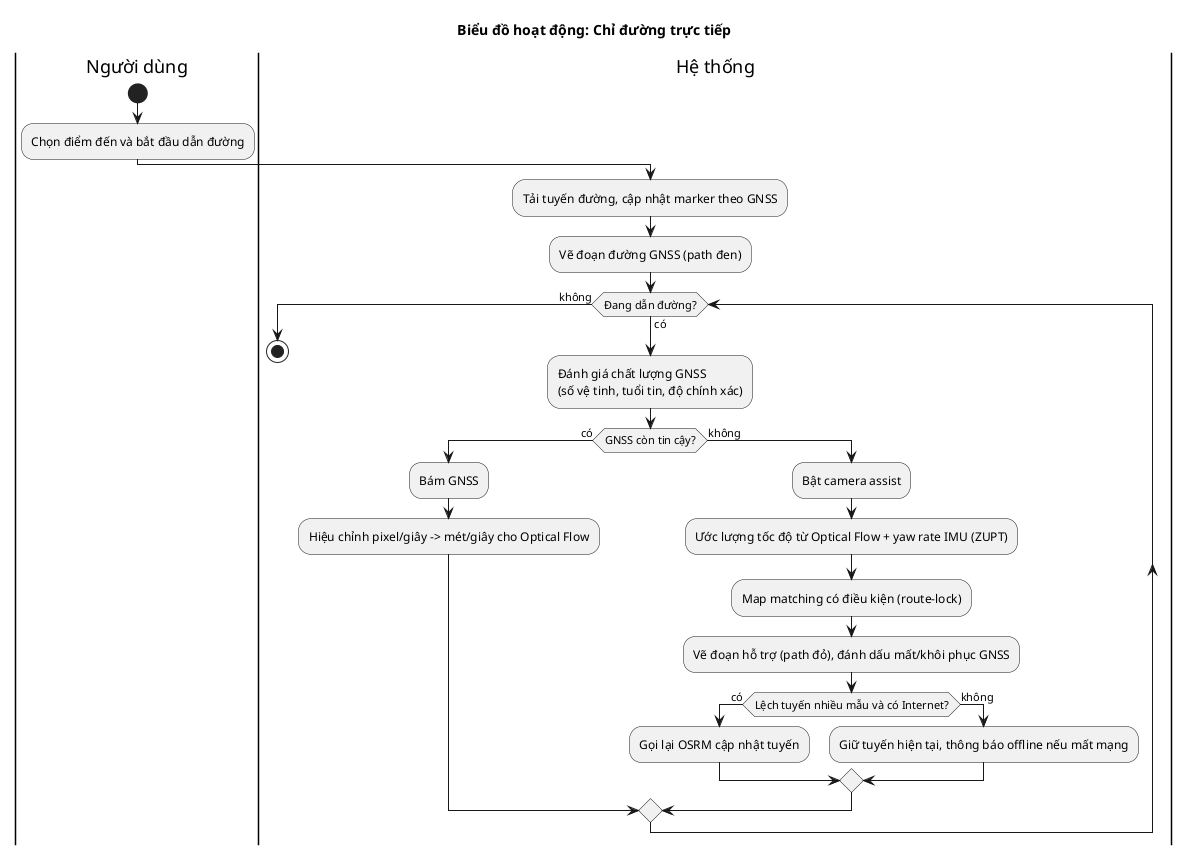
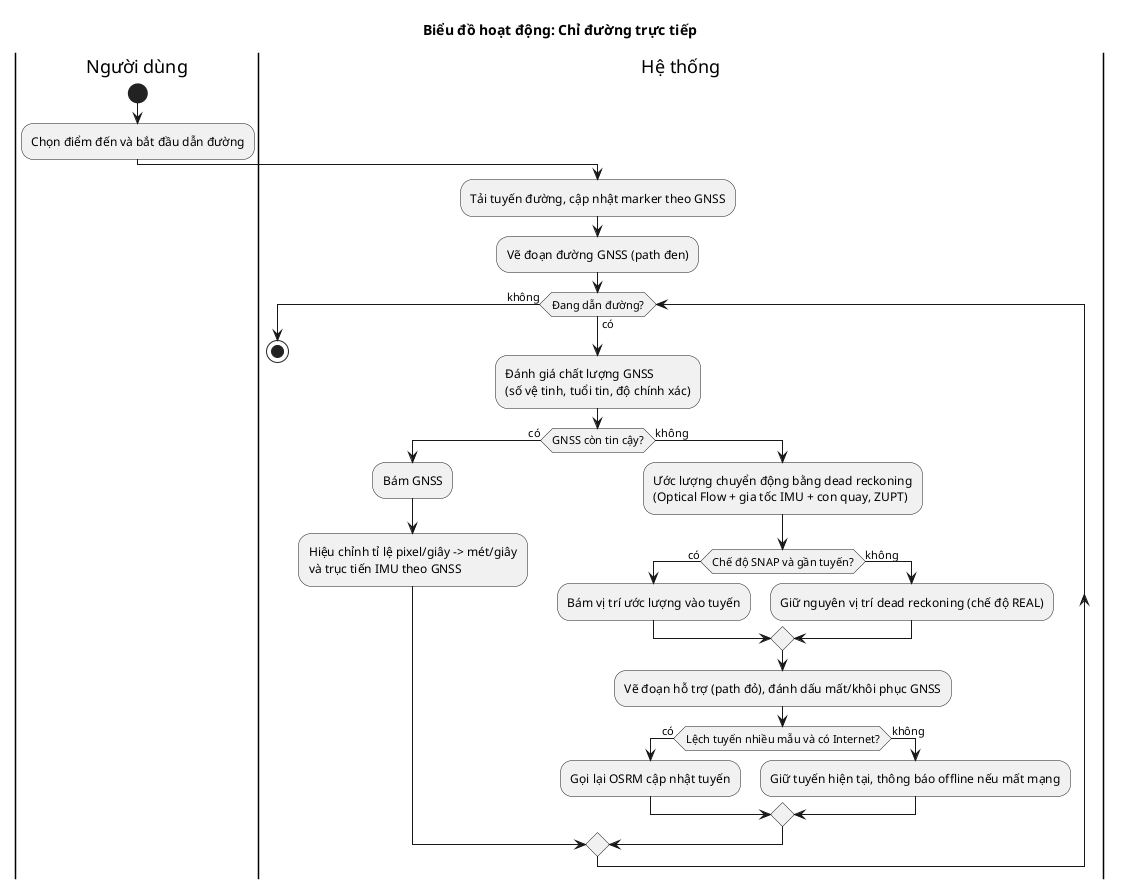
@startuml activity_chi_duong_truc_tiep
' Render: tạo ảnh figures/activity_chi_duong_truc_tiep.png cho mục 2.3.2
skinparam defaultFontName "Times New Roman"
title Biểu đồ hoạt động: Chỉ đường trực tiếp

|Người dùng|
start
:Chọn điểm đến và bắt đầu dẫn đường;
|Hệ thống|
:Tải tuyến đường, cập nhật marker theo GNSS;
:Vẽ đoạn đường GNSS (path đen);
while (Đang dẫn đường?) is (có)
  :Đánh giá chất lượng GNSS\n(số vệ tinh, tuổi tin, độ chính xác);
  if (GNSS còn tin cậy?) then (có)
    :Bám GNSS;
-     :Hiệu chỉnh pixel/giây -> mét/giây cho Optical Flow;
+     :Hiệu chỉnh tỉ lệ pixel/giây -> mét/giây\nvà trục tiến IMU theo GNSS;
  else (không)
-     :Bật camera assist;
-     :Ước lượng tốc độ từ Optical Flow + yaw rate IMU (ZUPT);
-     :Map matching có điều kiện (route-lock);
+     :Ước lượng chuyển động bằng dead reckoning\n(Optical Flow + gia tốc IMU + con quay, ZUPT);
+     if (Chế độ SNAP và gần tuyến?) then (có)
+       :Bám vị trí ước lượng vào tuyến;
+     else (không)
+       :Giữ nguyên vị trí dead reckoning (chế độ REAL);
+     endif
    :Vẽ đoạn hỗ trợ (path đỏ), đánh dấu mất/khôi phục GNSS;
    if (Lệch tuyến nhiều mẫu và có Internet?) then (có)
      :Gọi lại OSRM cập nhật tuyến;
    else (không)
      :Giữ tuyến hiện tại, thông báo offline nếu mất mạng;
    endif
  endif
endwhile (không)
stop
@enduml
